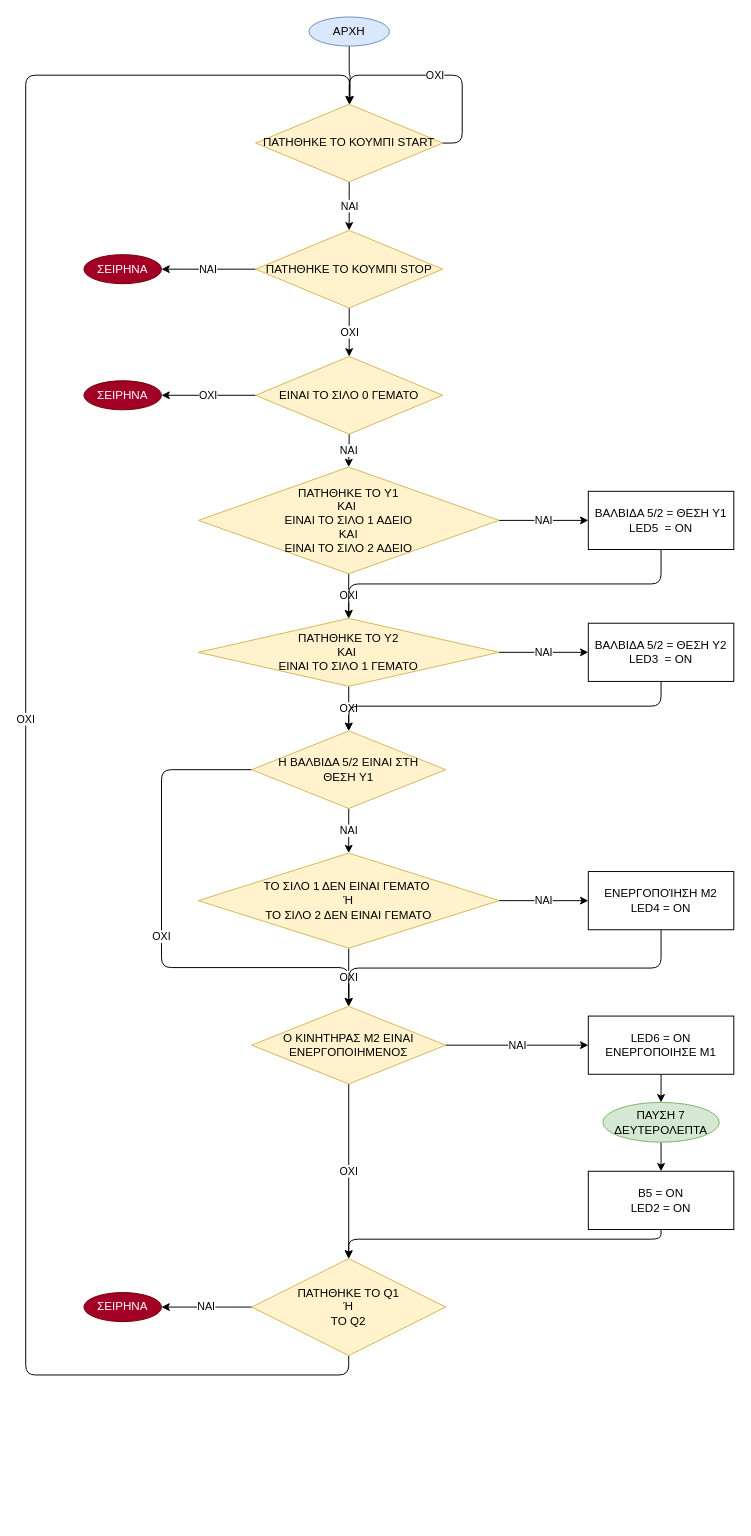
Earlier version of the draw.io diagram draw.io/simplified.drawio (akdimitri/Microprocessors-and-Peripherals-Lab-Project). Source tidied: cells renumbered, new cells numbered last; positions are measured from the earlier drawing's top-left corner, leaving out a move shared by most shapes. Both pictures are drawn from the tidied source at 97%, with x=0, y=0 at pixel (25, 16).
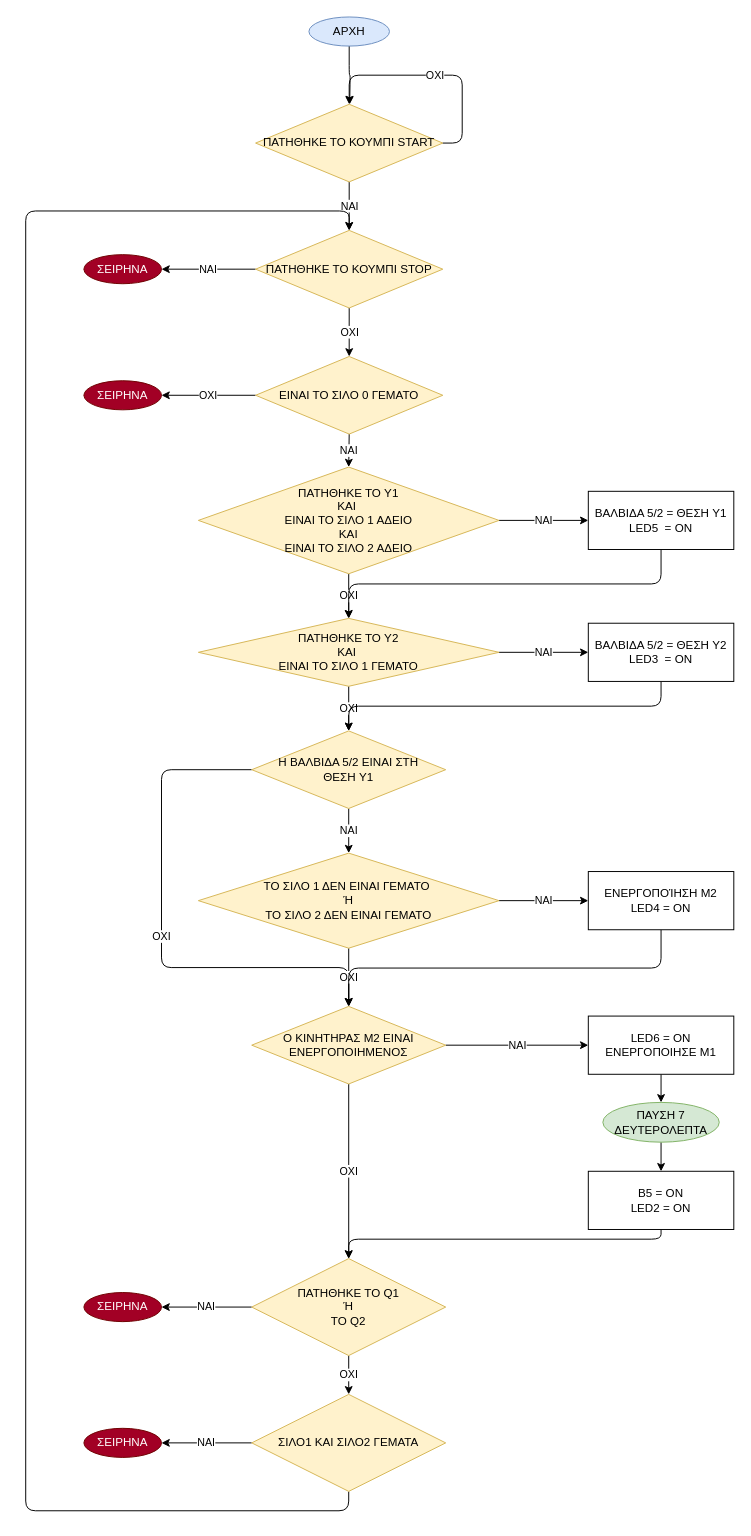
After the change.

The change refers to these unchanged cells:
```xml
<mxCell id="3" value="ΠΑΤΗΘΗΚΕ ΤΟ ΚΟΥΜΠΙ START" style="rhombus;whiteSpace=wrap;html=1;fillColor=#fff2cc;strokeColor=#d6b656;" parent="1" vertex="1">
  <mxGeometry x="237" y="90" width="193" height="80" as="geometry" />
</mxCell>
<mxCell id="6" value="ΠΑΤΗΘΗΚΕ ΤΟ ΚΟΥΜΠΙ STOP" style="rhombus;whiteSpace=wrap;html=1;fillColor=#fff2cc;strokeColor=#d6b656;" parent="1" vertex="1">
  <mxGeometry x="237" y="220" width="193" height="80" as="geometry" />
</mxCell>
<mxCell id="44" value="ΠΑΤΗΘΗΚΕ ΤΟ Q1&lt;br&gt;Ή&lt;br&gt;ΤΟ Q2&lt;br&gt;" style="rhombus;whiteSpace=wrap;html=1;fillColor=#fff2cc;strokeColor=#d6b656;" parent="1" vertex="1">
  <mxGeometry x="233" y="1280" width="200" height="100" as="geometry" />
</mxCell>
```

Diff of the diagram source:
```diff
@@
-    <mxCell id="43" value="ΟΧΙ" style="edgeStyle=orthogonalEdgeStyle;rounded=1;jettySize=auto;html=1;exitX=0.5;exitY=1;exitDx=0;exitDy=0;" parent="1" edge="1" source="44" target="3">
-      <mxGeometry relative="1" as="geometry">
-        <Array as="points">
-          <mxPoint x="333" y="1400" />
-          <mxPoint y="1400" />
-          <mxPoint y="60" />
-          <mxPoint x="334" y="60" />
-        </Array>
-      </mxGeometry>
+    <mxCell id="43" value="ΟΧΙ" style="edgeStyle=orthogonalEdgeStyle;rounded=0;jettySize=auto;html=1;exitX=0.5;exitY=1;exitDx=0;exitDy=0;entryX=0.5;entryY=0;entryDx=0;entryDy=0;" parent="1" edge="1" source="44" target="48">
+      <mxGeometry relative="1" as="geometry" />
     </mxCell>
@@
+    <mxCell id="46" value="ΝΑΙ" style="edgeStyle=orthogonalEdgeStyle;rounded=0;jettySize=auto;html=1;exitX=0;exitY=0.5;exitDx=0;exitDy=0;" parent="1" edge="1" source="48" target="49">
+      <mxGeometry relative="1" as="geometry" />
+    </mxCell>
+    <mxCell id="47" style="edgeStyle=orthogonalEdgeStyle;rounded=1;jettySize=auto;html=1;exitX=0.5;exitY=1;exitDx=0;exitDy=0;entryX=0.5;entryY=0;entryDx=0;entryDy=0;" parent="1" edge="1" source="48" target="6">
+      <mxGeometry relative="1" as="geometry">
+        <Array as="points">
+          <mxPoint x="333" y="1540" />
+          <mxPoint y="1540" />
+          <mxPoint y="200" />
+          <mxPoint x="334" y="200" />
+        </Array>
+      </mxGeometry>
+    </mxCell>
+    <mxCell id="48" value="ΣΙΛΟ1 ΚΑΙ ΣΙΛΟ2 ΓΕΜΑΤΑ" style="rhombus;whiteSpace=wrap;html=1;fillColor=#fff2cc;strokeColor=#d6b656;" parent="1" vertex="1">
+      <mxGeometry x="233" y="1420" width="200" height="100" as="geometry" />
+    </mxCell>
+    <mxCell id="49" value="ΣΕΙΡΗΝΑ" style="ellipse;whiteSpace=wrap;html=1;fillColor=#a20025;strokeColor=#6F0000;fontColor=#ffffff;" parent="1" vertex="1">
+      <mxGeometry x="60" y="1455" width="80" height="30" as="geometry" />
+    </mxCell>
```
